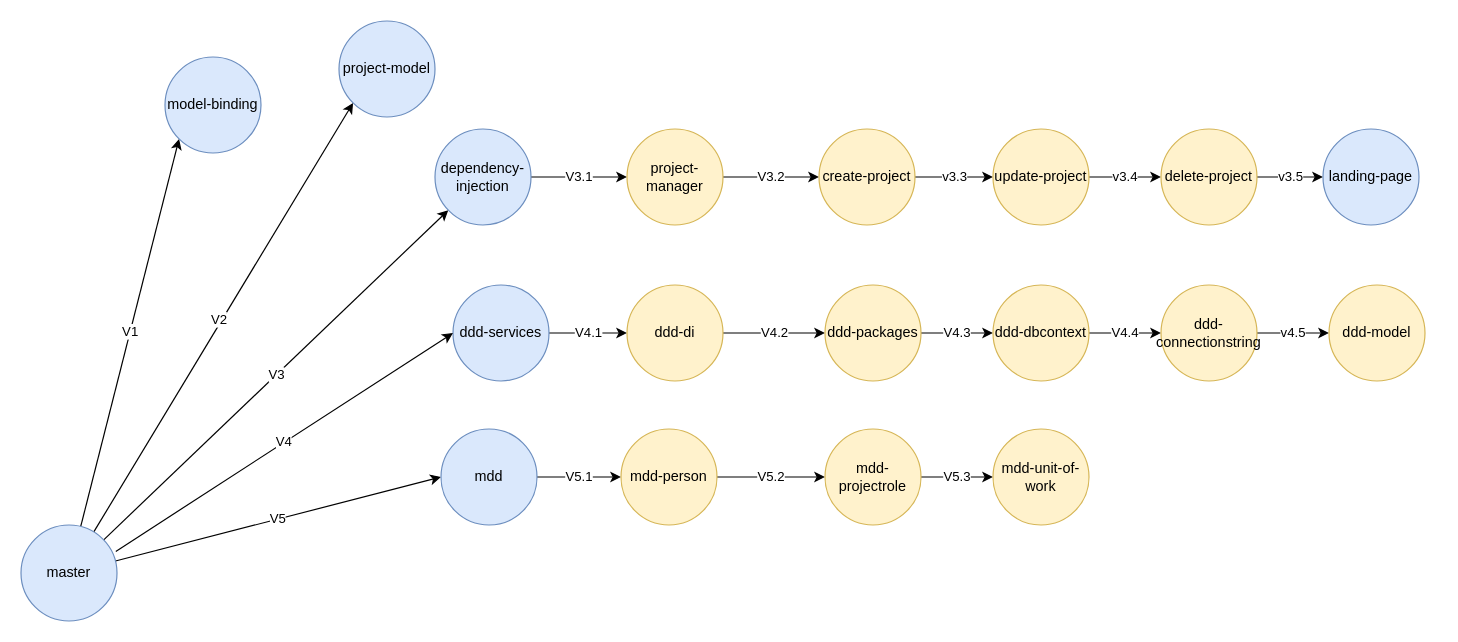
The draw.io diagram PIS.drawio in zcomert/project-information-system, before the edit. Source tidied: cells renumbered, new cells numbered last; positions are measured from the earlier drawing's top-left corner, leaving out a move shared by most shapes. Both pictures are drawn from the tidied source at 120%, with x=0, y=0 at pixel (20, 20).
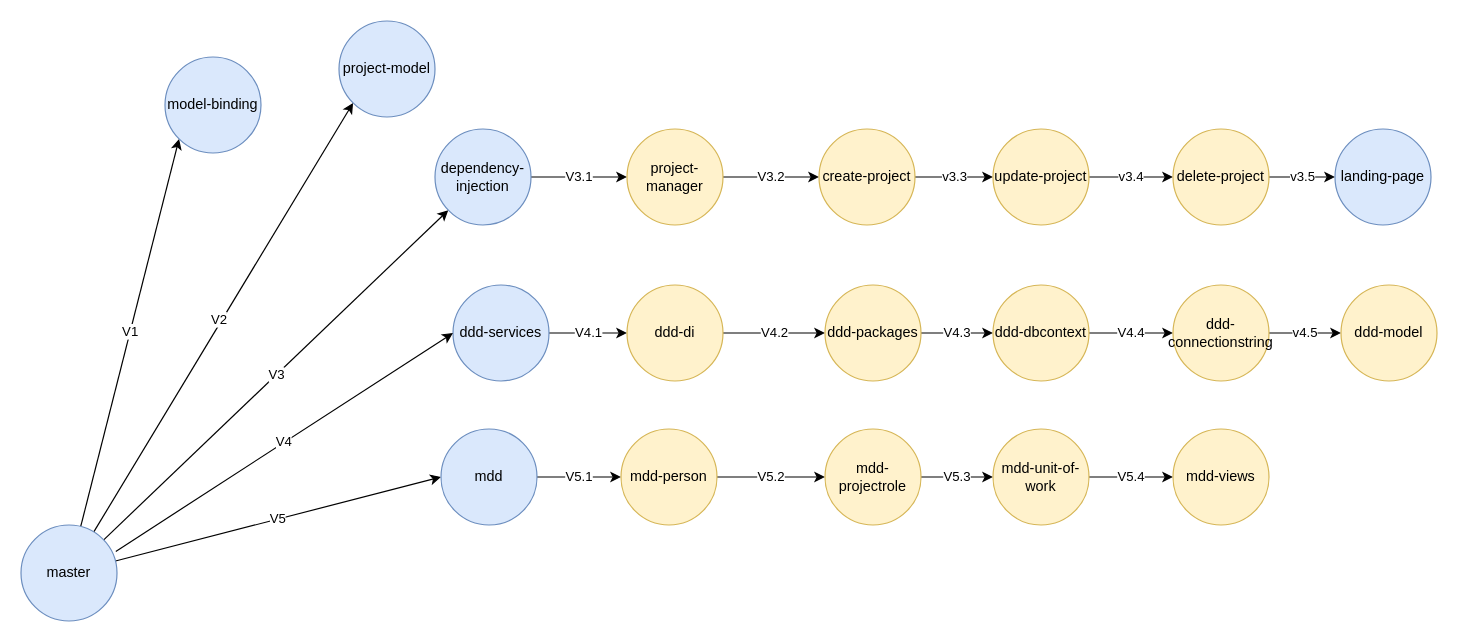
The same diagram, later.

The change refers to these unchanged cells:
```xml
<mxCell id="40" value="mdd-unit-of-work" style="ellipse;whiteSpace=wrap;html=1;fillColor=#fff2cc;strokeColor=#d6b656;" parent="1" vertex="1">
  <mxGeometry x="810" y="340" width="80" height="80" as="geometry" />
</mxCell>
```

The edit, as a diff of the source:
```diff
@@
     <mxCell id="19" value="delete-project" style="ellipse;whiteSpace=wrap;html=1;fillColor=#fff2cc;strokeColor=#d6b656;" parent="1" vertex="1">
-      <mxGeometry x="950" y="90" width="80" height="80" as="geometry" />
+      <mxGeometry x="960" y="90" width="80" height="80" as="geometry" />
     </mxCell>
@@
     <mxCell id="21" value="landing-page" style="ellipse;whiteSpace=wrap;html=1;fillColor=#dae8fc;strokeColor=#6c8ebf;" parent="1" vertex="1">
-      <mxGeometry x="1085" y="90" width="80" height="80" as="geometry" />
+      <mxGeometry x="1095" y="90" width="80" height="80" as="geometry" />
     </mxCell>
@@
     <mxCell id="32" value="ddd-connectionstring" style="ellipse;whiteSpace=wrap;html=1;fillColor=#fff2cc;strokeColor=#d6b656;" parent="1" vertex="1">
-      <mxGeometry x="950" y="220" width="80" height="80" as="geometry" />
+      <mxGeometry x="960" y="220" width="80" height="80" as="geometry" />
     </mxCell>
     <mxCell id="33" value="ddd-model" style="ellipse;whiteSpace=wrap;html=1;fillColor=#fff2cc;strokeColor=#d6b656;" parent="1" vertex="1">
-      <mxGeometry x="1090" y="220" width="80" height="80" as="geometry" />
+      <mxGeometry x="1100" y="220" width="80" height="80" as="geometry" />
     </mxCell>
@@
+    <mxCell id="41" value="V5.4" style="edgeStyle=orthogonalEdgeStyle;rounded=0;jettySize=auto;html=1;" parent="1" edge="1" source="40" target="42">
+      <mxGeometry relative="1" as="geometry" />
+    </mxCell>
@@
+    <mxCell id="42" value="mdd-views" style="ellipse;whiteSpace=wrap;html=1;fillColor=#fff2cc;strokeColor=#d6b656;" parent="1" vertex="1">
+      <mxGeometry x="960" y="340" width="80" height="80" as="geometry" />
+    </mxCell>
```
